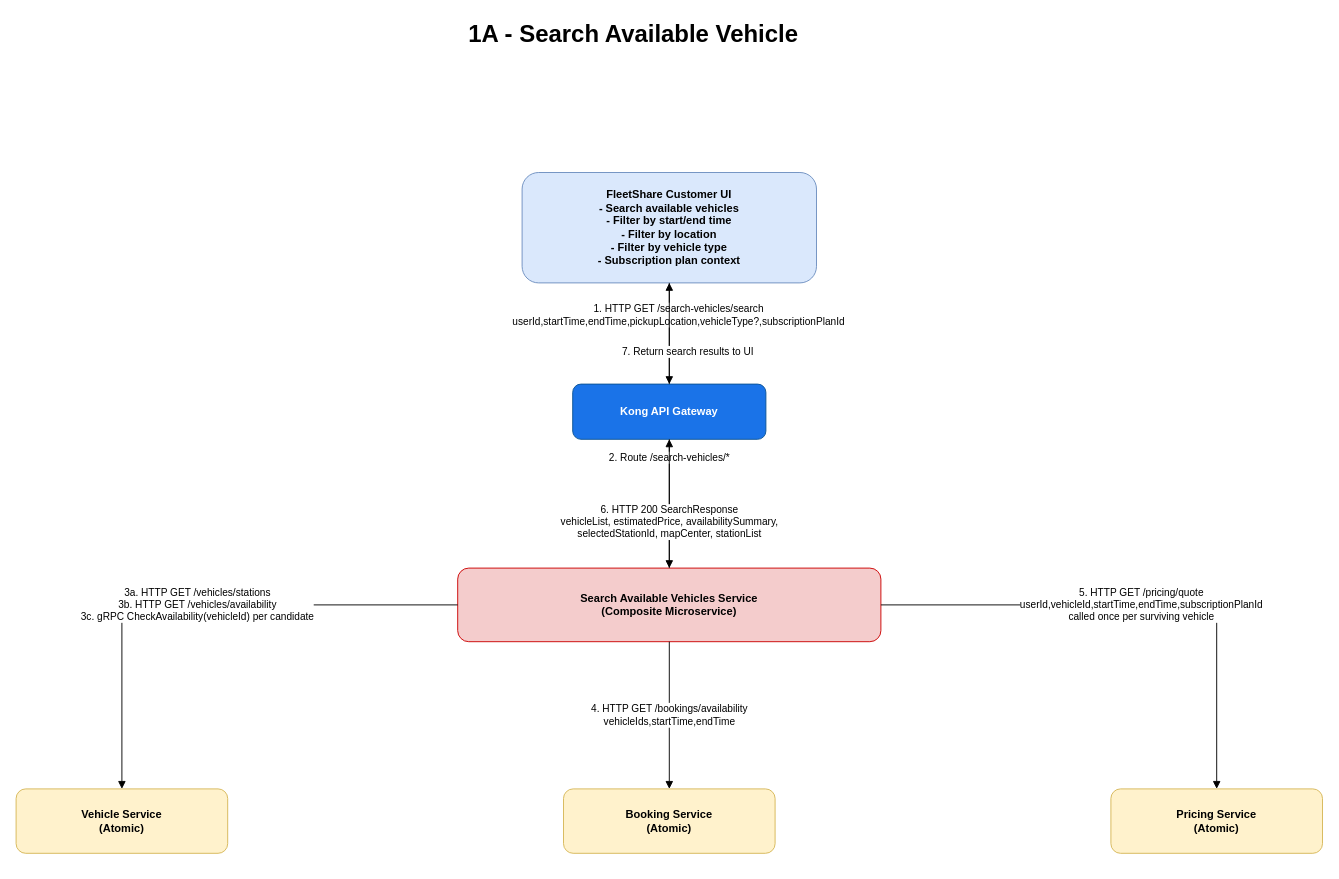
Before: docs/report/us1a-Search-Available-Vehicle.drawio in srikartejab/fleetshare, a draw.io diagram. Source tidied: cells renumbered, new cells numbered last; positions are measured from the earlier drawing's top-left corner, leaving out a move shared by most shapes. Both pictures are drawn from the tidied source at 92%, with x=0, y=0 at pixel (16, 16).
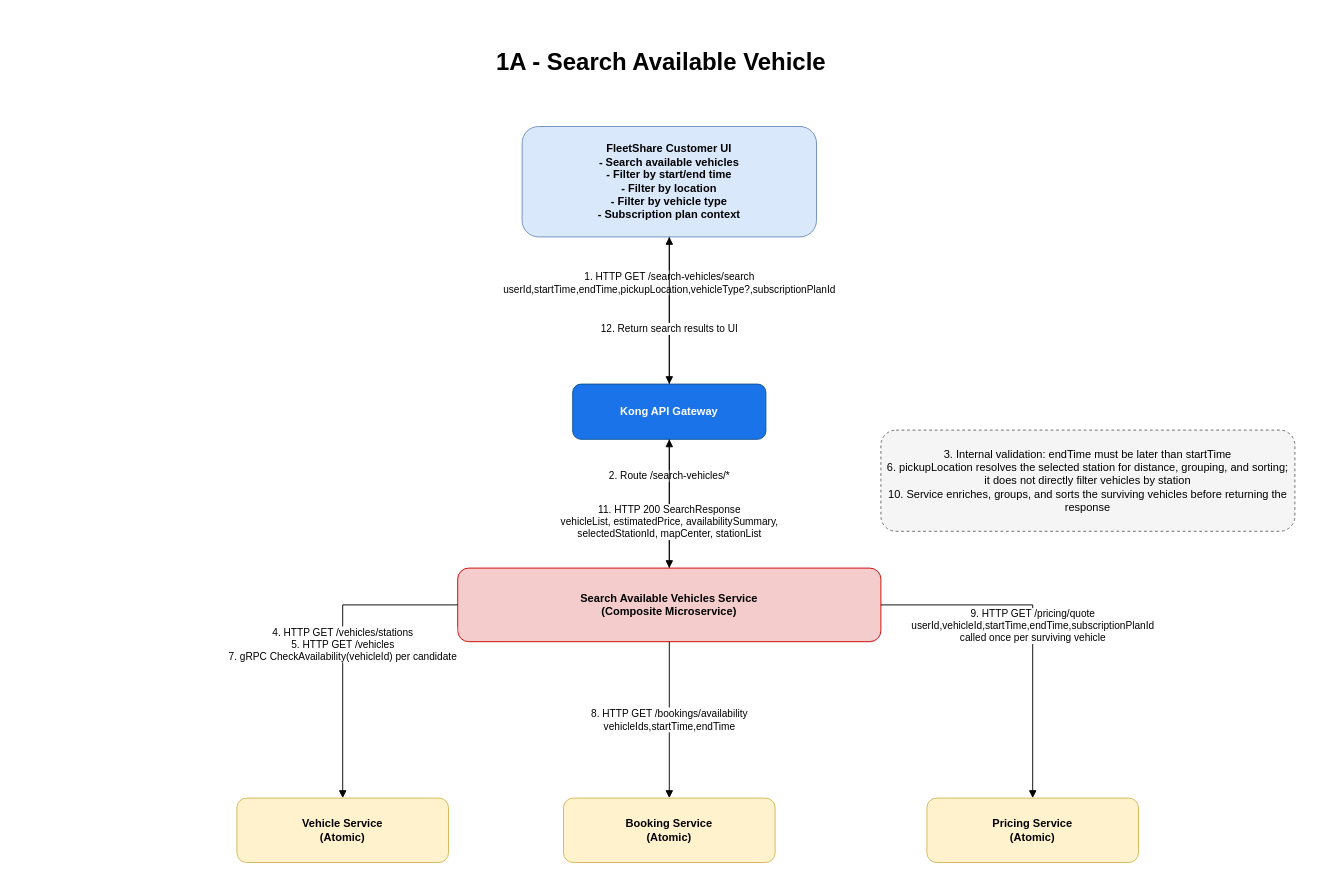
After the change.

What changed in the source:
```diff
@@
 <mxGraphModel>
   <root>
     <mxCell id="0" />
     <mxCell id="1" parent="0" />
     <mxCell id="2" value="1A - Search Available Vehicle" style="text;html=1;strokeColor=none;fillColor=none;align=left;verticalAlign=middle;fontSize=26;fontStyle=1;" parent="1" vertex="1">
-      <mxGeometry x="490" width="520" height="40" as="geometry" />
+      <mxGeometry x="520" y="30" width="390" height="40" as="geometry" />
     </mxCell>
     <mxCell id="3" value="FleetShare Customer UI&#10;- Search available vehicles&#10;- Filter by start/end time&#10;- Filter by location&#10;- Filter by vehicle type&#10;- Subscription plan context" style="rounded=1;whiteSpace=wrap;html=1;fillColor=#dae8fc;strokeColor=#6c8ebf;fontStyle=1;" parent="1" vertex="1">
-      <mxGeometry x="550" y="170" width="320" height="120" as="geometry" />
+      <mxGeometry x="550" y="120" width="320" height="120" as="geometry" />
     </mxCell>
     <mxCell id="4" value="Kong API Gateway" style="rounded=1;whiteSpace=wrap;html=1;fillColor=#1a73e8;strokeColor=#0b5394;fontColor=#ffffff;fontStyle=1;" parent="1" vertex="1">
       <mxGeometry x="605" y="400" width="210" height="60" as="geometry" />
     </mxCell>
     <mxCell id="5" value="Search Available Vehicles Service&#10;(Composite Microservice)" style="rounded=1;whiteSpace=wrap;html=1;fillColor=#f4cccc;strokeColor=#cc0000;fontStyle=1;" parent="1" vertex="1">
       <mxGeometry x="480" y="600" width="460" height="80" as="geometry" />
     </mxCell>
     <mxCell id="6" value="Vehicle Service&#10;(Atomic)" style="rounded=1;whiteSpace=wrap;html=1;fillColor=#fff2cc;strokeColor=#d6b656;fontStyle=1;" parent="1" vertex="1">
-      <mxGeometry y="840" width="230" height="70" as="geometry" />
+      <mxGeometry x="240" y="850" width="230" height="70" as="geometry" />
     </mxCell>
     <mxCell id="7" value="Booking Service&#10;(Atomic)" style="rounded=1;whiteSpace=wrap;html=1;fillColor=#fff2cc;strokeColor=#d6b656;fontStyle=1;" parent="1" vertex="1">
-      <mxGeometry x="595" y="840" width="230" height="70" as="geometry" />
+      <mxGeometry x="595" y="850" width="230" height="70" as="geometry" />
     </mxCell>
     <mxCell id="8" value="Pricing Service&#10;(Atomic)" style="rounded=1;whiteSpace=wrap;html=1;fillColor=#fff2cc;strokeColor=#d6b656;fontStyle=1;" parent="1" vertex="1">
-      <mxGeometry x="1190" y="840" width="230" height="70" as="geometry" />
+      <mxGeometry x="990" y="850" width="230" height="70" as="geometry" />
     </mxCell>
     <mxCell id="9" value="1. HTTP GET /search-vehicles/search&#10;userId,startTime,endTime,pickupLocation,vehicleType?,subscriptionPlanId" style="edgeStyle=orthogonalEdgeStyle;rounded=0;jettySize=auto;html=1;endArrow=block;" parent="1" edge="1" source="3" target="4">
-      <mxGeometry x="-0.37" y="10" relative="1" as="geometry" />
+      <mxGeometry x="-0.38" relative="1" as="geometry" />
     </mxCell>
     <mxCell id="10" value="2. Route /search-vehicles/*" style="edgeStyle=orthogonalEdgeStyle;rounded=0;jettySize=auto;html=1;endArrow=block;" parent="1" edge="1" source="4" target="5">
-      <mxGeometry x="-0.71" relative="1" as="geometry" />
+      <mxGeometry x="-0.43" relative="1" as="geometry" />
     </mxCell>
-    <mxCell id="11" value="3a. HTTP GET /vehicles/stations&#10;3b. HTTP GET /vehicles/availability&#10;3c. gRPC CheckAvailability(vehicleId) per candidate" style="edgeStyle=orthogonalEdgeStyle;rounded=0;jettySize=auto;html=1;endArrow=block;" parent="1" edge="1" source="5" target="6">
+    <mxCell id="11" value="4. HTTP GET /vehicles/stations&#10;5. HTTP GET /vehicles&#10;7. gRPC CheckAvailability(vehicleId) per candidate" style="edgeStyle=orthogonalEdgeStyle;rounded=0;jettySize=auto;html=1;endArrow=block;" parent="1" edge="1" source="5" target="6">
       <mxGeometry relative="1" as="geometry" />
     </mxCell>
-    <mxCell id="12" value="4. HTTP GET /bookings/availability&#10;vehicleIds,startTime,endTime" style="edgeStyle=orthogonalEdgeStyle;rounded=0;jettySize=auto;html=1;endArrow=block;" parent="1" edge="1" source="5" target="7">
+    <mxCell id="12" value="8. HTTP GET /bookings/availability&#10;vehicleIds,startTime,endTime" style="edgeStyle=orthogonalEdgeStyle;rounded=0;jettySize=auto;html=1;endArrow=block;" parent="1" edge="1" source="5" target="7">
       <mxGeometry relative="1" as="geometry" />
     </mxCell>
-    <mxCell id="13" value="5. HTTP GET /pricing/quote&#10;userId,vehicleId,startTime,endTime,subscriptionPlanId&#10;called once per surviving vehicle" style="edgeStyle=orthogonalEdgeStyle;rounded=0;jettySize=auto;html=1;endArrow=block;" parent="1" edge="1" source="5" target="8">
+    <mxCell id="13" value="9. HTTP GET /pricing/quote&#10;userId,vehicleId,startTime,endTime,subscriptionPlanId&#10;called once per surviving vehicle" style="edgeStyle=orthogonalEdgeStyle;rounded=0;jettySize=auto;html=1;endArrow=block;" parent="1" edge="1" source="5" target="8">
       <mxGeometry relative="1" as="geometry" />
     </mxCell>
-    <mxCell id="14" value="6. HTTP 200 SearchResponse&#10;vehicleList, estimatedPrice, availabilitySummary,&#10;selectedStationId, mapCenter, stationList" style="edgeStyle=orthogonalEdgeStyle;rounded=0;jettySize=auto;html=1;endArrow=block;" parent="1" edge="1" source="5" target="4">
+    <mxCell id="14" value="11. HTTP 200 SearchResponse&#10;vehicleList, estimatedPrice, availabilitySummary,&#10;selectedStationId, mapCenter, stationList" style="edgeStyle=orthogonalEdgeStyle;rounded=0;jettySize=auto;html=1;endArrow=block;" parent="1" edge="1" source="5" target="4">
       <mxGeometry x="-0.29" relative="1" as="geometry" />
     </mxCell>
-    <mxCell id="15" value="7. Return search results to UI" style="edgeStyle=orthogonalEdgeStyle;rounded=0;jettySize=auto;html=1;endArrow=block;" parent="1" edge="1" source="4" target="3">
-      <mxGeometry x="-0.37" y="-20" relative="1" as="geometry" />
+    <mxCell id="15" value="12. Return search results to UI" style="edgeStyle=orthogonalEdgeStyle;rounded=0;jettySize=auto;html=1;endArrow=block;" parent="1" edge="1" source="4" target="3">
+      <mxGeometry x="-0.25" relative="1" as="geometry" />
     </mxCell>
+    <mxCell id="16" value="3. Internal validation: endTime must be later than startTime&#10;6. pickupLocation resolves the selected station for distance, grouping, and sorting;&#10;it does not directly filter vehicles by station&#10;10. Service enriches, groups, and sorts the surviving vehicles before returning the response" style="rounded=1;whiteSpace=wrap;html=1;fillColor=#f5f5f5;strokeColor=#666666;dashed=1;" parent="1" vertex="1">
+      <mxGeometry x="940" y="450" width="450" height="110" as="geometry" />
+    </mxCell>
   </root>
 </mxGraphModel>
```
